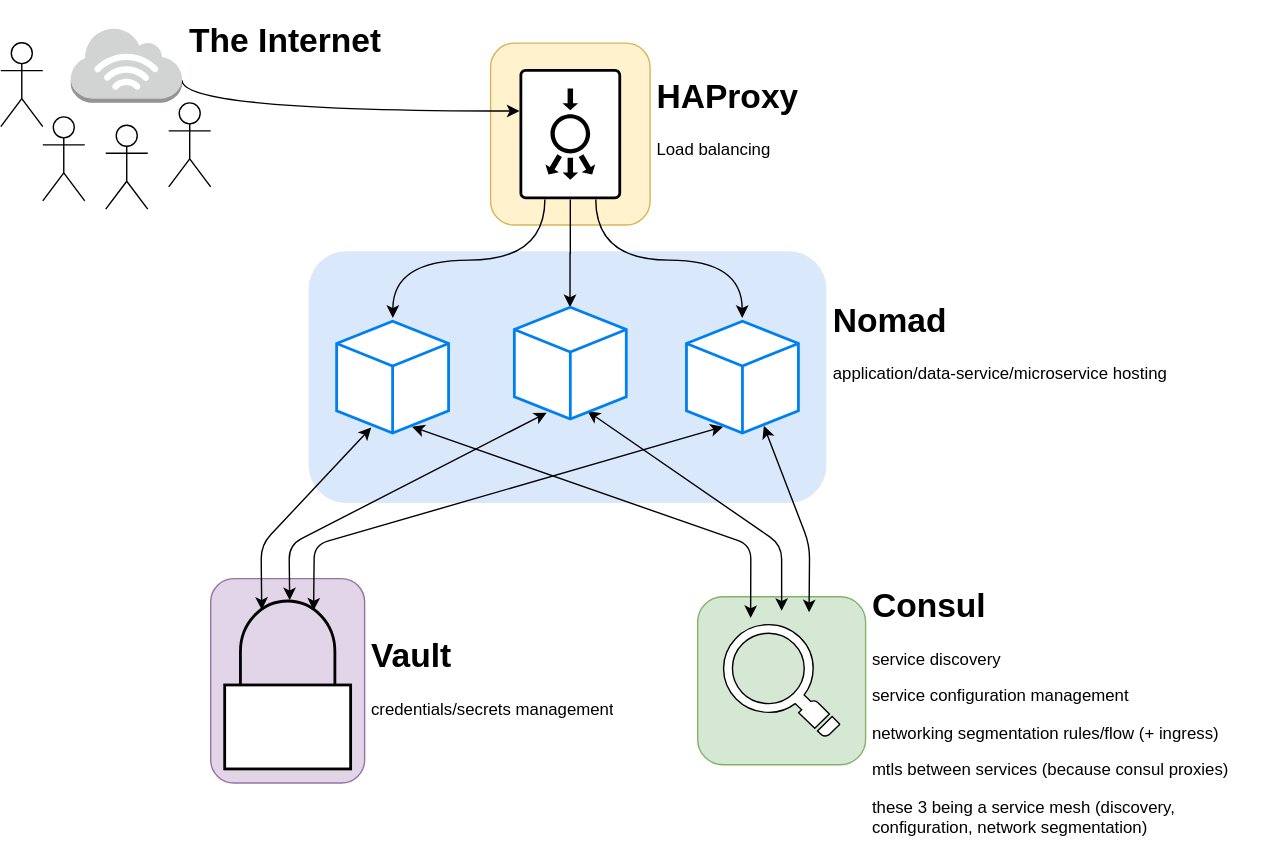
This is nomad-stack.svg from alexanelli/notes, a draw.io export, as it was before one commit. Source tidied: cells renumbered, new cells last; positions are measured from the earlier drawing's top-left corner, leaving out a move shared by most shapes. The source it was exported from:
```xml
<mxGraphModel>
  <root>
    <mxCell id="0" />
    <mxCell id="1" parent="0" />
    <mxCell id="2" style="rounded=1;whiteSpace=wrap;html=1;strokeColor=none;fillColor=#dae8fc;" parent="1" vertex="1">
      <mxGeometry x="220" y="170" width="370" height="180" as="geometry" />
    </mxCell>
    <mxCell id="3" style="rounded=1;whiteSpace=wrap;html=1;strokeColor=#d6b656;fillColor=#fff2cc;" parent="1" vertex="1">
      <mxGeometry x="350" y="21.3" width="114" height="130" as="geometry" />
    </mxCell>
    <mxCell id="4" style="rounded=1;whiteSpace=wrap;html=1;strokeColor=#9673a6;fillColor=#e1d5e7;" parent="1" vertex="1">
      <mxGeometry x="150" y="404" width="110" height="146" as="geometry" />
    </mxCell>
    <mxCell id="5" style="rounded=1;whiteSpace=wrap;html=1;strokeColor=#82b366;fillColor=#d5e8d4;" parent="1" vertex="1">
      <mxGeometry x="498" y="417" width="120" height="120" as="geometry" />
    </mxCell>
    <mxCell id="6" style="edgeStyle=orthogonalEdgeStyle;rounded=0;jettySize=auto;html=1;exitX=1;exitY=0.5;exitDx=0;exitDy=0;exitPerimeter=0;" parent="1" edge="1" source="9">
      <mxGeometry relative="1" as="geometry">
        <mxPoint x="406.8" y="210" as="targetPoint" />
      </mxGeometry>
    </mxCell>
    <mxCell id="7" style="edgeStyle=orthogonalEdgeStyle;curved=1;jettySize=auto;html=1;exitX=1;exitY=0.75;exitDx=0;exitDy=0;exitPerimeter=0;entryX=0.502;entryY=-0.029;entryDx=0;entryDy=0;entryPerimeter=0;" parent="1" edge="1" source="9" target="25">
      <mxGeometry relative="1" as="geometry" />
    </mxCell>
    <mxCell id="8" style="edgeStyle=orthogonalEdgeStyle;curved=1;jettySize=auto;html=1;exitX=1;exitY=0.25;exitDx=0;exitDy=0;exitPerimeter=0;entryX=0.498;entryY=-0.029;entryDx=0;entryDy=0;entryPerimeter=0;" parent="1" edge="1" source="9" target="27">
      <mxGeometry relative="1" as="geometry" />
    </mxCell>
    <mxCell id="9" style="points=[[0.015,0.015,0],[0.985,0.015,0],[0.985,0.985,0],[0.015,0.985,0],[0.25,0,0],[0.5,0,0],[0.75,0,0],[1,0.25,0],[1,0.5,0],[1,0.75,0],[0.75,1,0],[0.5,1,0],[0.25,1,0],[0,0.75,0],[0,0.5,0],[0,0.25,0]];verticalLabelPosition=bottom;html=1;verticalAlign=top;align=center;shape=mxgraph.cisco19.rect;prIcon=load_balancer;rotation=90;" parent="1" vertex="1">
      <mxGeometry x="360.5" y="50" width="93" height="72.7" as="geometry" />
    </mxCell>
    <mxCell id="10" style="group;" parent="1" vertex="1">
      <mxGeometry x="160" y="420" width="90" height="120" as="geometry" />
    </mxCell>
    <mxCell id="11" style="html=1;verticalLabelPosition=bottom;align=center;labelBackgroundColor=#ffffff;verticalAlign=top;strokeWidth=2;shadow=0;dashed=0;shape=mxgraph.ios7.icons.locked;" parent="10" vertex="1">
      <mxGeometry width="90" height="120" as="geometry" />
    </mxCell>
    <mxCell id="12" style="edgeStyle=orthogonalEdgeStyle;curved=1;jettySize=auto;html=1;exitX=1;exitY=0.7;exitDx=0;exitDy=0;exitPerimeter=0;entryX=0.323;entryY=1;entryDx=0;entryDy=0;entryPerimeter=0;" parent="1" edge="1" source="13" target="9">
      <mxGeometry relative="1" as="geometry">
        <Array as="points">
          <mxPoint x="130" y="70" />
        </Array>
      </mxGeometry>
    </mxCell>
    <mxCell id="13" style="outlineConnect=0;dashed=0;verticalLabelPosition=bottom;verticalAlign=top;align=center;html=1;shape=mxgraph.aws3.internet_3;fillColor=#D2D3D3;gradientColor=none;" parent="1" vertex="1">
      <mxGeometry x="50" y="10" width="79.5" height="54" as="geometry" />
    </mxCell>
    <mxCell id="14" value="&lt;h1&gt;HAProxy&lt;/h1&gt;&lt;p&gt;Load balancing&lt;/p&gt;" style="text;html=1;strokeColor=none;fillColor=none;spacing=5;spacingTop=-20;whiteSpace=wrap;overflow=hidden;rounded=0;" parent="1" vertex="1">
      <mxGeometry x="464" y="40" width="172.5" height="73.7" as="geometry" />
    </mxCell>
    <mxCell id="15" value="&lt;h1&gt;Vault&lt;/h1&gt;&lt;p&gt;credentials/secrets management&lt;/p&gt;" style="text;html=1;strokeColor=none;fillColor=none;spacing=5;spacingTop=-20;whiteSpace=wrap;overflow=hidden;rounded=0;" parent="1" vertex="1">
      <mxGeometry x="260" y="440" width="190" height="80" as="geometry" />
    </mxCell>
    <mxCell id="16" value="&lt;h1&gt;Nomad&lt;/h1&gt;&lt;p&gt;application/data-service/microservice hosting&lt;/p&gt;" style="text;html=1;strokeColor=none;fillColor=none;spacing=5;spacingTop=-20;whiteSpace=wrap;overflow=hidden;rounded=0;" parent="1" vertex="1">
      <mxGeometry x="590" y="200" width="249.5" height="80" as="geometry" />
    </mxCell>
    <mxCell id="17" value="&lt;p style=&quot;line-height: 100%&quot;&gt;&lt;/p&gt;&lt;h1&gt;Consul&lt;/h1&gt;&lt;p&gt;service discovery&lt;/p&gt;&lt;p&gt;service configuration management&lt;/p&gt;&lt;p&gt;networking segmentation rules/flow (+ ingress)&lt;/p&gt;&lt;p&gt;mtls between services (because consul proxies)&lt;/p&gt;&lt;p&gt;these 3 being a service mesh (discovery, configuration, network segmentation)&lt;/p&gt;&lt;p&gt;&lt;/p&gt;" style="text;html=1;strokeColor=none;fillColor=none;spacing=5;spacingTop=-20;whiteSpace=wrap;overflow=hidden;rounded=0;" parent="1" vertex="1">
      <mxGeometry x="618" y="404" width="282" height="186" as="geometry" />
    </mxCell>
    <mxCell id="18" style="endArrow=classic;startArrow=classic;html=1;exitX=0.309;exitY=0.95;exitDx=0;exitDy=0;entryX=0.294;entryY=0.052;entryDx=0;entryDy=0;entryPerimeter=0;exitPerimeter=0;" parent="1" edge="1" source="25" target="11">
      <mxGeometry relative="1" as="geometry">
        <Array as="points">
          <mxPoint x="186" y="380" />
        </Array>
      </mxGeometry>
    </mxCell>
    <mxCell id="19" style="endArrow=classic;startArrow=classic;html=1;exitX=0.289;exitY=0.943;exitDx=0;exitDy=0;entryX=0.516;entryY=-0.005;entryDx=0;entryDy=0;entryPerimeter=0;exitPerimeter=0;" parent="1" edge="1" source="26" target="11">
      <mxGeometry relative="1" as="geometry">
        <Array as="points">
          <mxPoint x="206" y="380" />
        </Array>
      </mxGeometry>
    </mxCell>
    <mxCell id="20" style="endArrow=classic;startArrow=classic;html=1;exitX=0.673;exitY=0.943;exitDx=0;exitDy=0;entryX=0.25;entryY=0;entryDx=0;entryDy=0;exitPerimeter=0;" parent="1" edge="1" source="25">
      <mxGeometry relative="1" as="geometry">
        <mxPoint x="535.9" y="432.2" as="targetPoint" />
        <Array as="points">
          <mxPoint x="536" y="380" />
        </Array>
      </mxGeometry>
    </mxCell>
    <mxCell id="21" style="endArrow=classic;startArrow=classic;html=1;exitX=0.654;exitY=0.929;exitDx=0;exitDy=0;entryX=0.5;entryY=0;entryDx=0;entryDy=0;exitPerimeter=0;" parent="1" edge="1" source="26">
      <mxGeometry relative="1" as="geometry">
        <mxPoint x="558" y="427" as="targetPoint" />
        <Array as="points">
          <mxPoint x="558" y="380" />
        </Array>
      </mxGeometry>
    </mxCell>
    <mxCell id="22" style="endArrow=classic;startArrow=classic;html=1;exitX=0.327;exitY=0.943;exitDx=0;exitDy=0;entryX=0.706;entryY=0.057;entryDx=0;entryDy=0;entryPerimeter=0;exitPerimeter=0;" parent="1" edge="1" source="27" target="11">
      <mxGeometry relative="1" as="geometry">
        <Array as="points">
          <mxPoint x="224" y="380" />
        </Array>
      </mxGeometry>
    </mxCell>
    <mxCell id="23" style="endArrow=classic;startArrow=classic;html=1;exitX=0.691;exitY=0.936;exitDx=0;exitDy=0;entryX=0.696;entryY=0.011;entryDx=0;entryDy=0;entryPerimeter=0;exitPerimeter=0;" parent="1" edge="1" source="27">
      <mxGeometry relative="1" as="geometry">
        <mxPoint x="577.6" y="428.1" as="targetPoint" />
        <Array as="points">
          <mxPoint x="578" y="380" />
        </Array>
      </mxGeometry>
    </mxCell>
    <mxCell id="24" style="shadow=0;dashed=0;html=1;labelPosition=center;verticalLabelPosition=bottom;verticalAlign=top;align=center;shape=mxgraph.veeam.magnifying_glass;" parent="1" vertex="1">
      <mxGeometry x="516.5" y="436.9" width="83" height="80.2" as="geometry" />
    </mxCell>
    <mxCell id="25" style="html=1;verticalLabelPosition=bottom;align=center;labelBackgroundColor=#ffffff;verticalAlign=top;strokeWidth=2;strokeColor=#0080F0;shadow=0;dashed=0;shape=mxgraph.ios7.icons.cube;" parent="1" vertex="1">
      <mxGeometry x="240" y="220" width="80" height="80" as="geometry" />
    </mxCell>
    <mxCell id="26" style="html=1;verticalLabelPosition=bottom;align=center;labelBackgroundColor=#ffffff;verticalAlign=top;strokeWidth=2;strokeColor=#0080F0;shadow=0;dashed=0;shape=mxgraph.ios7.icons.cube;" parent="1" vertex="1">
      <mxGeometry x="367" y="210" width="80" height="80" as="geometry" />
    </mxCell>
    <mxCell id="27" style="html=1;verticalLabelPosition=bottom;align=center;labelBackgroundColor=#ffffff;verticalAlign=top;strokeWidth=2;strokeColor=#0080F0;shadow=0;dashed=0;shape=mxgraph.ios7.icons.cube;" parent="1" vertex="1">
      <mxGeometry x="490" y="220" width="80" height="80" as="geometry" />
    </mxCell>
    <mxCell id="28" value="&lt;h1&gt;The Internet&lt;/h1&gt;&lt;p&gt;&lt;br&gt;&lt;/p&gt;" style="text;html=1;strokeColor=none;fillColor=none;spacing=5;spacingTop=-20;whiteSpace=wrap;overflow=hidden;rounded=0;" parent="1" vertex="1">
      <mxGeometry x="130" y="0.2" width="172.5" height="73.7" as="geometry" />
    </mxCell>
    <mxCell id="29" style="shape=umlActor;verticalLabelPosition=bottom;labelBackgroundColor=#ffffff;verticalAlign=top;html=1;" parent="1" vertex="1">
      <mxGeometry x="30" y="74" width="30" height="60" as="geometry" />
    </mxCell>
    <mxCell id="30" style="shape=umlActor;verticalLabelPosition=bottom;labelBackgroundColor=#ffffff;verticalAlign=top;html=1;" parent="1" vertex="1">
      <mxGeometry x="75" y="80" width="30" height="60" as="geometry" />
    </mxCell>
    <mxCell id="31" style="shape=umlActor;verticalLabelPosition=bottom;labelBackgroundColor=#ffffff;verticalAlign=top;html=1;" parent="1" vertex="1">
      <mxGeometry y="21" width="30" height="60" as="geometry" />
    </mxCell>
    <mxCell id="32" style="shape=umlActor;verticalLabelPosition=bottom;labelBackgroundColor=#ffffff;verticalAlign=top;html=1;" parent="1" vertex="1">
      <mxGeometry x="120" y="64" width="30" height="60" as="geometry" />
    </mxCell>
  </root>
</mxGraphModel>
```
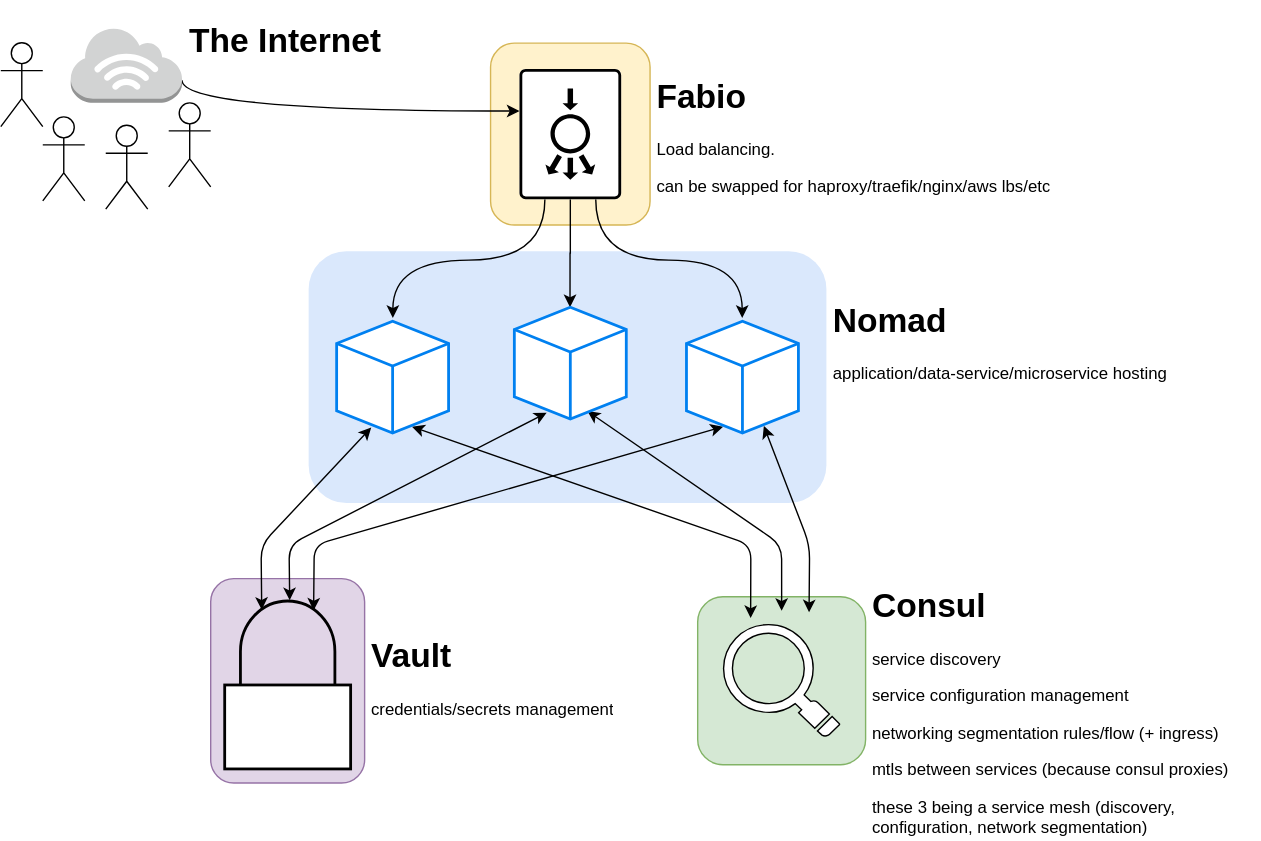
The same file after the commit.

Change to the diagram source:
```diff
@@ -44,8 +44,8 @@
     <mxCell id="13" style="outlineConnect=0;dashed=0;verticalLabelPosition=bottom;verticalAlign=top;align=center;html=1;shape=mxgraph.aws3.internet_3;fillColor=#D2D3D3;gradientColor=none;" parent="1" vertex="1">
       <mxGeometry x="50" y="10" width="79.5" height="54" as="geometry" />
     </mxCell>
-    <mxCell id="14" value="&lt;h1&gt;HAProxy&lt;/h1&gt;&lt;p&gt;Load balancing&lt;/p&gt;" style="text;html=1;strokeColor=none;fillColor=none;spacing=5;spacingTop=-20;whiteSpace=wrap;overflow=hidden;rounded=0;" parent="1" vertex="1">
-      <mxGeometry x="464" y="40" width="172.5" height="73.7" as="geometry" />
+    <mxCell id="14" value="&lt;h1&gt;Fabio &lt;br&gt;&lt;/h1&gt;&lt;p&gt;Load balancing.&lt;/p&gt;&lt;p&gt;can be swapped for haproxy/traefik/nginx/aws lbs/etc&lt;br&gt;&lt;/p&gt;" style="text;html=1;strokeColor=none;fillColor=none;spacing=5;spacingTop=-20;whiteSpace=wrap;overflow=hidden;rounded=0;" parent="1" vertex="1">
+      <mxGeometry x="464" y="40" width="306" height="100" as="geometry" />
     </mxCell>
     <mxCell id="15" value="&lt;h1&gt;Vault&lt;/h1&gt;&lt;p&gt;credentials/secrets management&lt;/p&gt;" style="text;html=1;strokeColor=none;fillColor=none;spacing=5;spacingTop=-20;whiteSpace=wrap;overflow=hidden;rounded=0;" parent="1" vertex="1">
       <mxGeometry x="260" y="440" width="190" height="80" as="geometry" />
```
